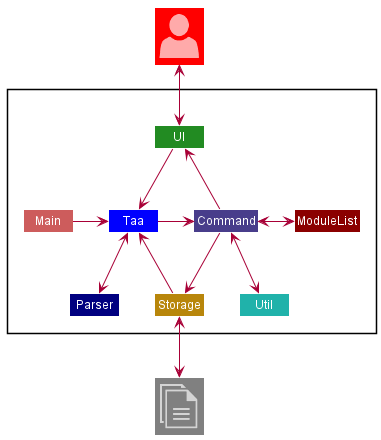
Before: docs/diagrams/ArchitectureDiagram.png, a diagram exported from PlantUML (nus-cs2113-AY2122S1/tp). Source of this version:
```plantuml
@startuml
!include <office/Concepts/globe_internet>
!include <office/Concepts/documents>
!include <office/Users/user>
!include style.puml

skinparam Class {
    FontColor #FFFFFF
    BorderThickness 1
    BorderColor #FFFFFF
    StereotypeFontColor #FFFFFF
    FontName Arial
}

Class "<$user>" as User #Red
Class "<$documents>" as File #Gray

Package " "<<Rectangle>>{
    Class UI #ForestGreen
    Class Taa #Blue
    Class Storage #DarkGoldenRod
    Class Main #IndianRed
    Class Command #DarkSlateBlue
    Class ModuleList #DarkRed
    Class Parser #Navy
    Class Util #LightSeaGreen
}

User <-down-> UI
UI -down-> Taa
Main -right-> Taa
Taa <-down-> Parser
Taa -right-> Command
Command <-down-> Util
Command -up-> UI
Command -down-> Storage
Storage -up-> Taa
Storage <-down-> File
Command <-right-> ModuleList

@enduml
```
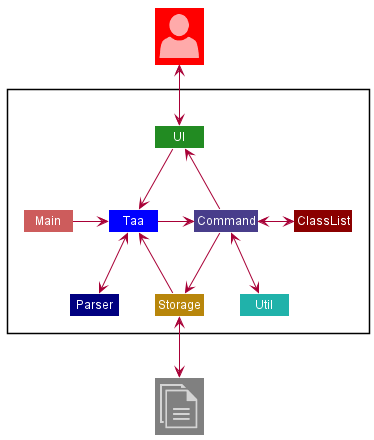
The same diagram one commit later.

Commit message:
Change module to class in DG

The edit, as a diff of the source:
```diff
@@ -21,7 +21,7 @@
     Class Storage #DarkGoldenRod
     Class Main #IndianRed
     Class Command #DarkSlateBlue
-    Class ModuleList #DarkRed
+    Class ClassList #DarkRed
     Class Parser #Navy
     Class Util #LightSeaGreen
 }
@@ -36,6 +36,6 @@
 Command -down-> Storage
 Storage -up-> Taa
 Storage <-down-> File
-Command <-right-> ModuleList
+Command <-right-> ClassList
 
 @enduml
```
